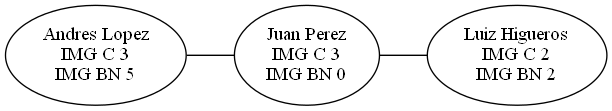
Above: Fase1/colaRecepcion.png in d-acetun/simulacion-sistema-impresion-de-imagenes (Graphviz), before the change. Its source is kept beside it as Fase1/colaRecepcion.dot.
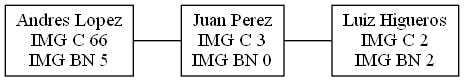
After the change.

What changed in the source:
```diff
@@ -1,6 +1,7 @@
 digraph ejemplo {
+node[shape=box]
 edge[arrowhead=none]
-0 [label="Andres Lopez\nIMG C 3\nIMG BN 5"]
+0 [label="Andres Lopez\nIMG C 66\nIMG BN 5"]
 1 [label="Juan Perez\nIMG C 3\nIMG BN 0"]
 2 [label="Luiz Higueros\nIMG C 2\nIMG BN 2"]
 0->1
```
